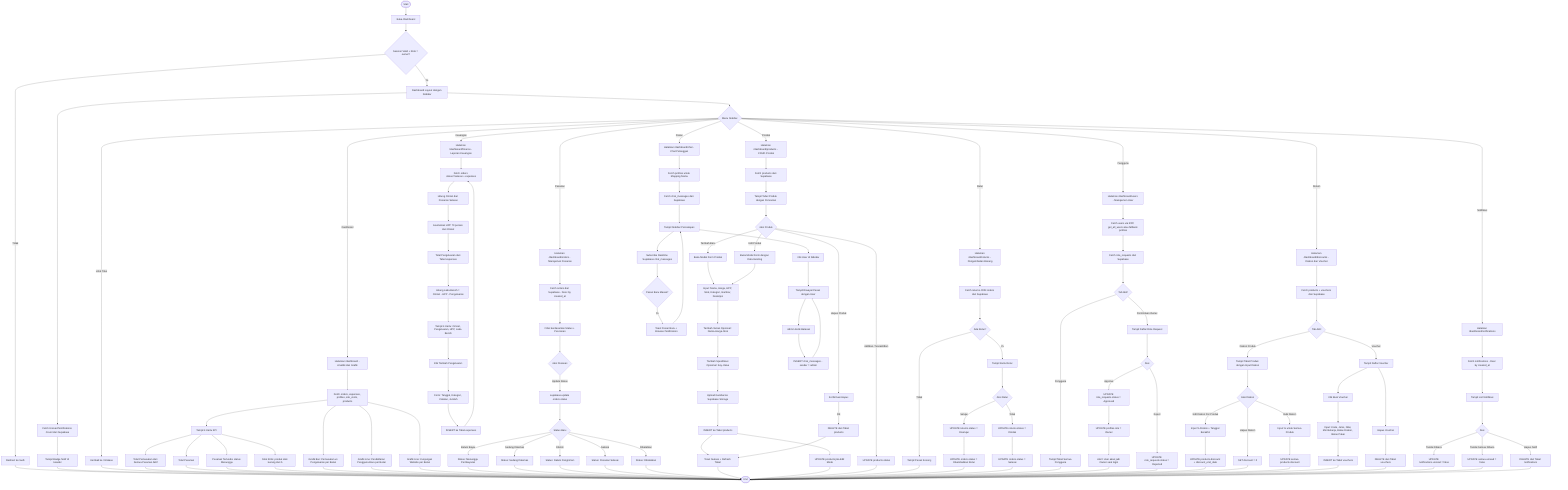
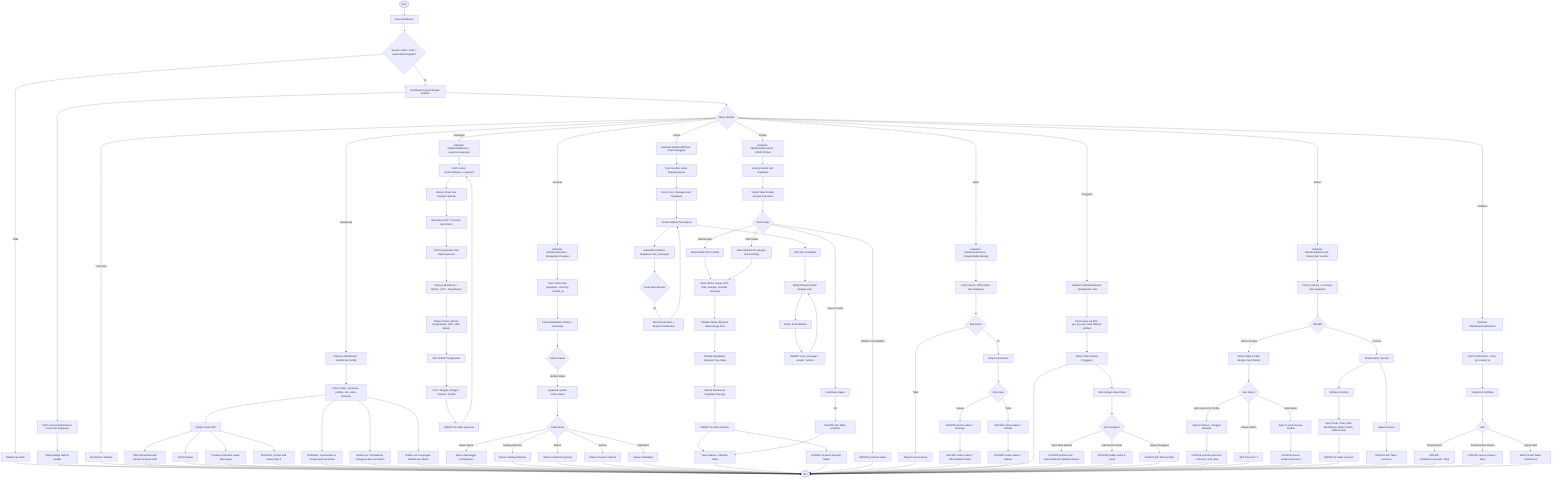
flowchart TD
    A([Start]) --> B[Buka /dashboard]
-     B --> C{Session Valid + Role = owner?}
+     B --> C{Session Valid + Role = owner/admin/logistik?}
    C -->|Tidak| D[Redirect ke /auth]
    C -->|Ya| E[Dashboard Layout dengan Sidebar]

    E --> F[Fetch Unread Notifications Count dari Supabase]
    F --> G[Tampil Badge Notif di Header]

    E --> H{Menu Sidebar}
    H -->|Dashboard| I[Halaman /dashboard - Analitik dan Grafik]
    H -->|Pesanan| J[Halaman /dashboard/orders - Manajemen Pesanan]
    H -->|Produk| K[Halaman /dashboard/products - CRUD Produk]
    H -->|Retur| L[Halaman /dashboard/returns - Pengembalian Barang]
    H -->|Keuangan| M[Halaman /dashboard/finance - Laporan Keuangan]
    H -->|Pengguna| N[Halaman /dashboard/users - Manajemen User]
    H -->|Diskon| O[Halaman /dashboard/discounts - Diskon dan Voucher]
    H -->|Pesan| P[Halaman /dashboard/chat - Chat Pelanggan]
    H -->|Notifikasi| Q[Halaman /dashboard/notifications]
    H -->|Lihat Toko| R[Kembali ke / Etalase]

    %% DASHBOARD ANALITIK
    I --> I1[Fetch orders, expenses, profiles, site_visits, products]
    I1 --> I2[Tampil 4 Kartu KPI]
    I2 --> I3[Total Pemasukan dari Semua Pesanan Aktif]
    I2 --> I4[Total Pesanan]
    I2 --> I5[Pesanan Tertunda: status Menunggu]
    I2 --> I6[Stok Kritis: produk stok kurang dari 5]
    I1 --> I7[Grafik Bar: Pemasukan vs Pengeluaran per Bulan]
    I1 --> I8[Grafik Line: Pendaftaran Pengguna Baru per Bulan]
    I1 --> I9[Grafik Line: Kunjungan Website per Bulan]

    %% PESANAN
    J --> J1[Fetch orders dari Supabase - Desc by created_at]
    J1 --> J2[Filter berdasarkan Status + Pencarian]
    J2 --> J3{Aksi Pesanan}
    J3 -->|Update Status| J4[supabase.update orders.status]
    J4 --> J5{Status Baru}
    J5 -->|Belum Bayar| J6[Status: Menunggu Pembayaran]
    J5 -->|Sedang Dikemas| J7[Status: Sedang Dikemas]
    J5 -->|Dikirim| J8[Status: Dalam Pengiriman]
    J5 -->|Selesai| J9[Status: Pesanan Selesai]
    J5 -->|Dibatalkan| J10[Status: Dibatalkan]

    %% PRODUK CRUD
    K --> K1[Fetch products dari Supabase]
    K1 --> K2[Tampil Tabel Produk dengan Pencarian]
    K2 --> K3{Aksi Produk}
    K3 -->|Tambah Baru| K4[Buka Modal Form Produk]
    K4 --> K5[Input: Nama, Harga, HPP, Stok, Kategori, Gambar, Deskripsi]
    K5 --> K6[Tambah Varian Opsional: Nama-Harga-Stok]
    K6 --> K7[Tambah Spesifikasi Opsional: Key-Value]
    K7 --> K8[Upload Gambar ke Supabase Storage]
    K8 --> K9[INSERT ke Tabel products]
    K9 --> K10[Toast Sukses + Refresh Tabel]
    K3 -->|Edit Produk| K11[Buka Modal Form dengan Data Existing]
    K11 --> K5
    K9 --> K12[UPDATE products jika Edit Mode]
    K3 -->|Hapus Produk| K13[Konfirmasi Hapus]
    K13 -->|OK| K14[DELETE dari Tabel products]
    K14 --> K10
    K3 -->|Aktifkan / Nonaktifkan| K15[UPDATE products.status]

    %% RETUR
    L --> L1[Fetch returns JOIN orders dari Supabase]
    L1 --> L2{Ada Retur?}
    L2 -->|Tidak| L3[Tampil Pesan Kosong]
    L2 -->|Ya| L4[Tampil Kartu Retur]
    L4 --> L5{Aksi Retur}
    L5 -->|Setujui| L6[UPDATE returns.status = Disetujui]
    L6 --> L7[UPDATE orders.status = Dikembalikan Retur]
    L5 -->|Tolak| L8[UPDATE returns.status = Ditolak]
    L8 --> L9[UPDATE orders.status = Selesai]

    %% KEUANGAN
    M --> M1[Fetch orders status=Selesai + expenses]
    M1 --> M2[Hitung Omzet dari Pesanan Selesai]
    M2 --> M3[Asumsikan HPP 70 persen dari Omzet]
    M3 --> M4[Total Pengeluaran dari Tabel expenses]
    M4 --> M5[Hitung Laba Bersih = Omzet - HPP - Pengeluaran]
    M5 --> M6[Tampil 4 Kartu: Omzet, Pengeluaran, HPP, Laba Bersih]
    M6 --> M7[Klik Tambah Pengeluaran]
    M7 --> M8[Form: Tanggal, Kategori, Catatan, Jumlah]
    M8 --> M9[INSERT ke Tabel expenses]
    M9 --> M1

    %% PENGGUNA
    N --> N1[Fetch users via RPC get_all_users atau fallback profiles]
-     N1 --> N2[Fetch role_requests dari Supabase]
-     N2 --> N3{Tab Aktif}
-     N3 -->|Pengguna| N4[Tampil Tabel Semua Pengguna]
-     N3 -->|Permintaan Owner| N5[Tampil Daftar Role Request]
-     N5 --> N6{Aksi}
-     N6 -->|Approve| N7[UPDATE role_requests.status = Approved]
-     N7 --> N8[UPDATE profiles.role = Owner]
-     N8 --> N9[Alert: User akan jadi Owner saat login]
-     N6 -->|Reject| N10[UPDATE role_requests.status = Rejected]
+     N1 --> N4[Tampil Tabel Semua Pengguna]
+     N4 --> N2[Filter dengan Search Bar]
+     N2 --> N3{Aksi Pengguna}
+     N3 -->|Ganti Role Manual| N5[UPDATE profiles.role = Owner/Admin/Logistik/Customer]
+     N3 -->|Edit Nama & Email| N6[UPDATE profiles.name & email]
+     N3 -->|Hapus Pengguna| N7[DELETE dari Tabel profiles]

    %% DISKON
    O --> O1[Fetch products + vouchers dari Supabase]
    O1 --> O2{Tab Aktif}
    O2 -->|Diskon Produk| O3[Tampil Tabel Produk dengan Input Diskon]
    O3 --> O4{Aksi Diskon}
    O4 -->|Edit Diskon Per Produk| O5[Input % Diskon + Tanggal Berakhir]
    O5 --> O6[UPDATE products.discount + discount_end_date]
    O4 -->|Hapus Diskon| O7[SET discount = 0]
    O4 -->|Bulk Diskon| O8[Input % untuk Semua Produk]
    O8 --> O9[UPDATE semua products.discount]
    O2 -->|Voucher| O10[Tampil Daftar Voucher]
    O10 --> O11[Klik Buat Voucher]
    O11 --> O12[Input: Kode, Jenis, Nilai, Min Belanja, Batas Diskon, Batas Pakai]
    O12 --> O13[INSERT ke Tabel vouchers]
    O10 --> O14[Hapus Voucher]
    O14 --> O15[DELETE dari Tabel vouchers]

    %% CHAT
    P --> P1[Fetch profiles untuk Mapping Nama]
    P1 --> P2[Fetch chat_messages dari Supabase]
    P2 --> P3[Tampil Sidebar Percakapan]
    P3 --> P4[Subscribe Realtime Supabase chat_messages]
    P4 --> P5{Pesan Baru Masuk?}
    P5 -->|Ya| P6[Toast Pesan Baru + Browser Notification]
    P6 --> P3
    P3 --> P7[Klik User di Sidebar]
    P7 --> P8[Tampil Riwayat Pesan dengan User]
    P8 --> P9[Admin Ketik Balasan]
    P9 --> P10[INSERT chat_messages - sender = admin]
    P10 --> P8

    %% NOTIFIKASI
    Q --> Q1[Fetch notifications - Desc by created_at]
    Q1 --> Q2[Tampil List Notifikasi]
    Q2 --> Q3{Aksi}
    Q3 -->|Tandai Dibaca| Q4[UPDATE notifications.unread = false]
    Q3 -->|Tandai Semua Dibaca| Q5[UPDATE semua unread = false]
    Q3 -->|Hapus Notif| Q6[DELETE dari Tabel notifications]

    %% Menambahkan oval End pada titik akhir
    D --> Z_END([End])
    G --> Z_END([End])
    R --> Z_END([End])
    I3 --> Z_END([End])
    I4 --> Z_END([End])
    I5 --> Z_END([End])
    I6 --> Z_END([End])
    I7 --> Z_END([End])
    I8 --> Z_END([End])
    I9 --> Z_END([End])
    J6 --> Z_END([End])
    J7 --> Z_END([End])
    J8 --> Z_END([End])
    J9 --> Z_END([End])
    J10 --> Z_END([End])
    K10 --> Z_END([End])
    K12 --> Z_END([End])
    K15 --> Z_END([End])
    L3 --> Z_END([End])
    L7 --> Z_END([End])
    L9 --> Z_END([End])
    N4 --> Z_END([End])
-     N9 --> Z_END([End])
-     N10 --> Z_END([End])
+     N5 --> Z_END([End])
+     N6 --> Z_END([End])
+     N7 --> Z_END([End])
    O6 --> Z_END([End])
    O7 --> Z_END([End])
    O9 --> Z_END([End])
    O13 --> Z_END([End])
    O15 --> Z_END([End])
    Q4 --> Z_END([End])
    Q5 --> Z_END([End])
    Q6 --> Z_END([End])
